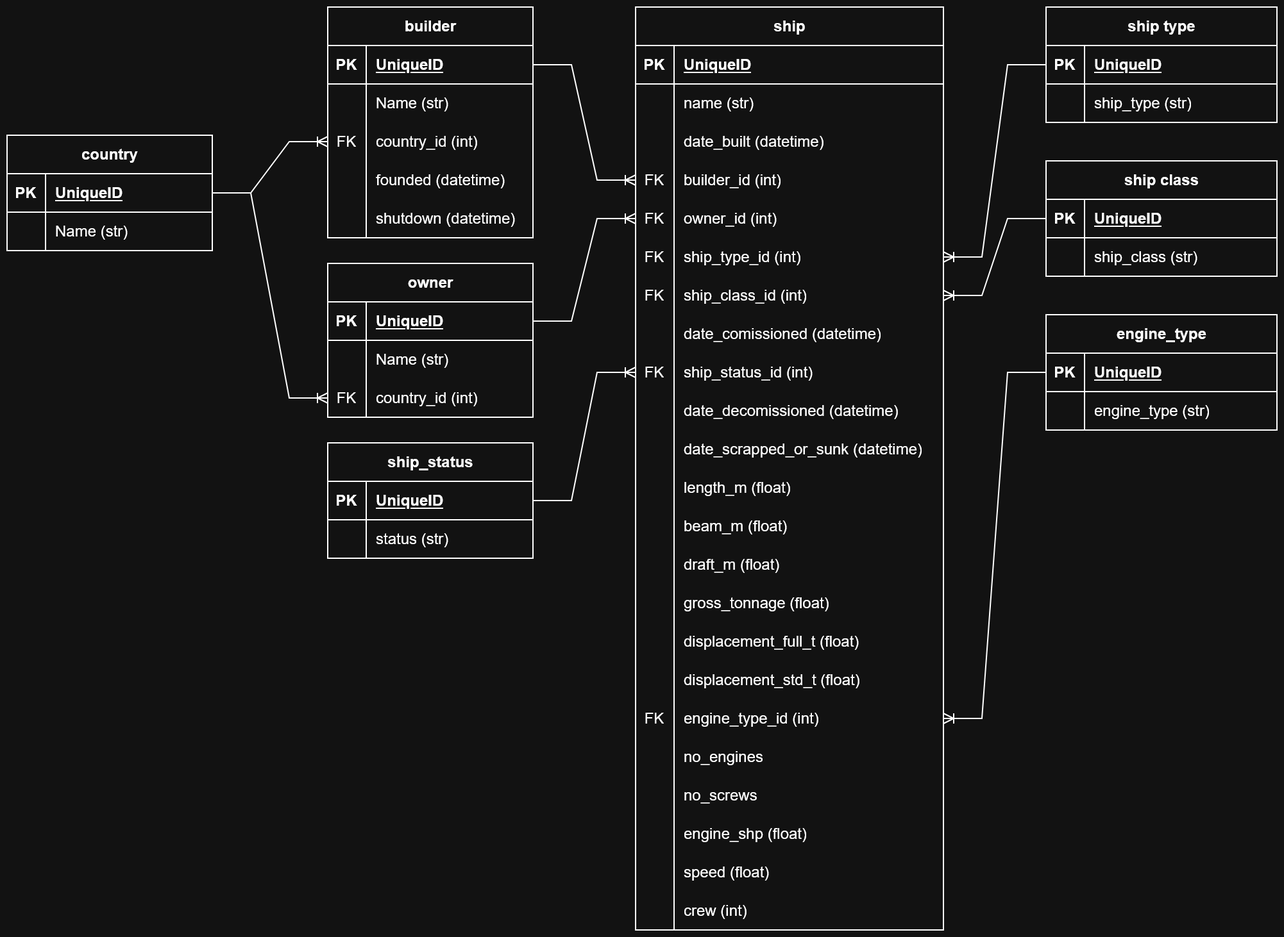
Earlier version of the draw.io export ships_erd.png (MangledPotat0/ships_db). Source tidied: cells renumbered, new cells last; positions are measured from the earlier drawing's top-left corner, leaving out a move shared by most shapes.
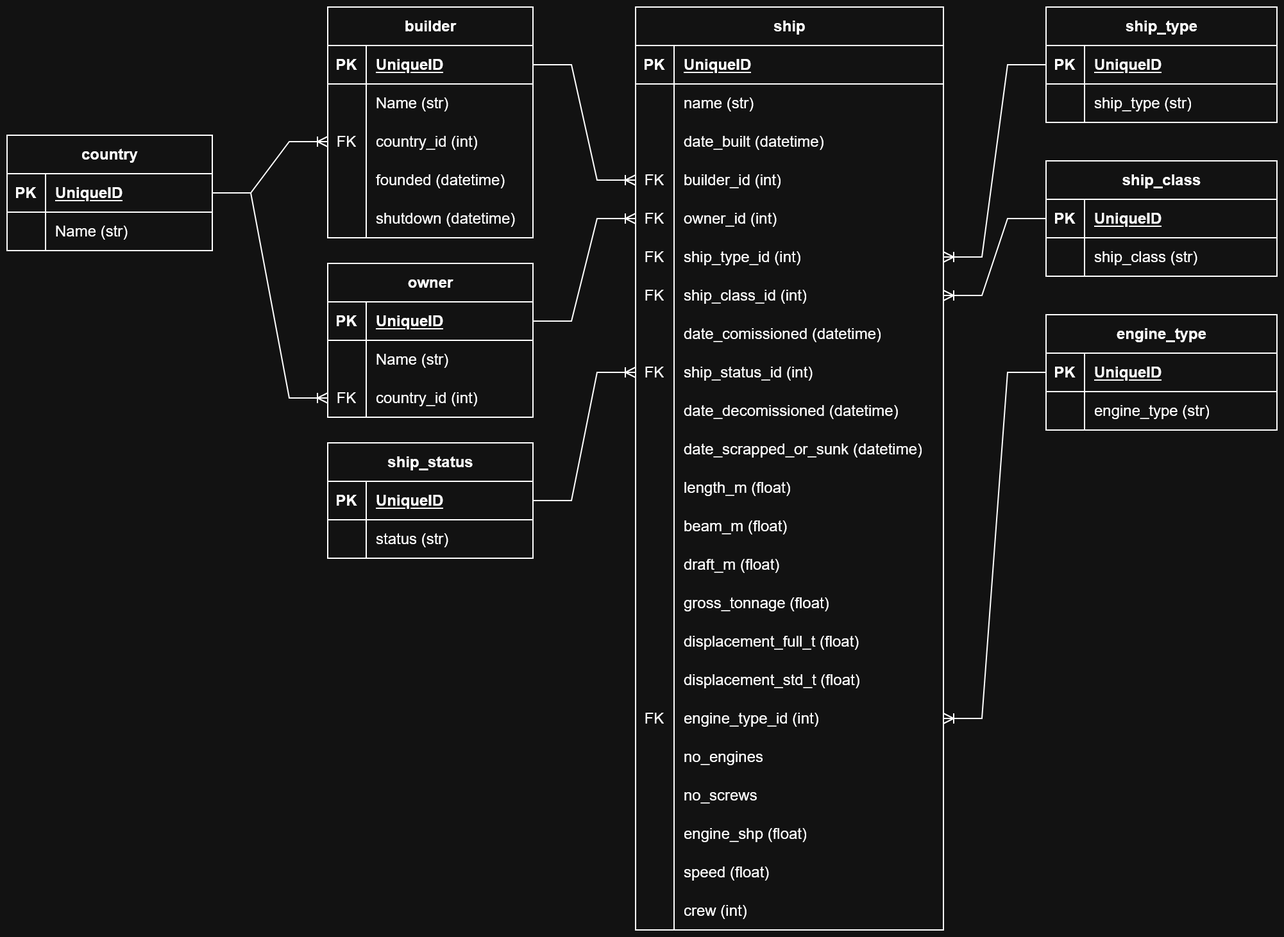
Later version of the same file.

Commit message:
space replaced with underscore

The edit, as a diff of the source:
```diff
@@ -344,7 +344,7 @@
     <mxCell id="115" value="status (str)" style="shape=partialRectangle;fillColor=none;top=0;left=0;bottom=0;right=0;align=left;spacingLeft=6;overflow=hidden;whiteSpace=wrap;html=1;" parent="113" vertex="1">
       <mxGeometry x="30" width="130" height="30" as="geometry" />
     </mxCell>
-    <mxCell id="116" value="ship type" style="shape=table;startSize=30;rowLines=0;fontStyle=1;align=center;html=1;" parent="1" vertex="1">
+    <mxCell id="116" value="ship_type" style="shape=table;startSize=30;rowLines=0;fontStyle=1;align=center;html=1;" parent="1" vertex="1">
       <mxGeometry x="810" width="180" height="90" as="geometry" />
     </mxCell>
     <mxCell id="117" style="shape=tableRow;horizontal=0;startSize=0;swimlaneHead=0;swimlaneBody=0;fillColor=none;points=[[0,0.5],[1,0.5]];portConstraint=eastwest;top=0;left=0;right=0;bottom=1;" parent="116" vertex="1">
@@ -368,7 +368,7 @@
     <mxCell id="123" style="edgeStyle=entityRelationEdgeStyle;fontSize=12;html=1;endArrow=ERoneToMany;rounded=0;exitX=0;exitY=0.5;exitDx=0;exitDy=0;" parent="1" edge="1" source="117" target="18">
       <mxGeometry relative="1" as="geometry" />
     </mxCell>
-    <mxCell id="124" value="ship class" style="shape=table;startSize=30;rowLines=0;fontStyle=1;align=center;html=1;" parent="1" vertex="1">
+    <mxCell id="124" value="ship_class" style="shape=table;startSize=30;rowLines=0;fontStyle=1;align=center;html=1;" parent="1" vertex="1">
       <mxGeometry x="810" y="120" width="180" height="90" as="geometry" />
     </mxCell>
     <mxCell id="125" style="shape=tableRow;horizontal=0;startSize=0;swimlaneHead=0;swimlaneBody=0;fillColor=none;points=[[0,0.5],[1,0.5]];portConstraint=eastwest;top=0;left=0;right=0;bottom=1;" parent="124" vertex="1">
```
